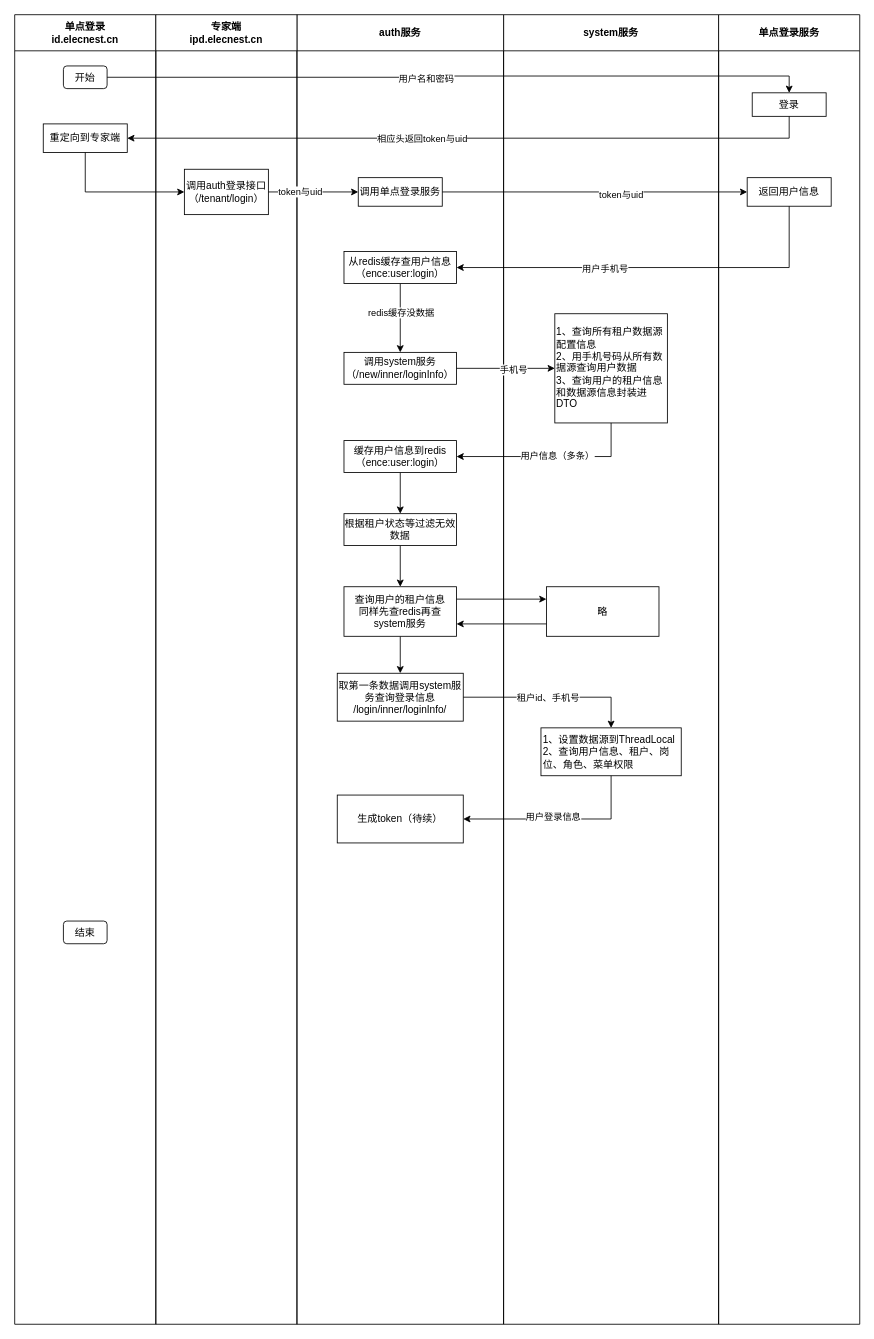
MuggleStar/draw_io keeps this draw.io diagram as ence/UserLogin.drawio. Above is the earlier version. Source tidied: cells renumbered, new cells numbered last; positions are measured from the earlier drawing's top-left corner, leaving out a move shared by most shapes. Both pictures are drawn from the tidied source at 84%, with x=0, y=0 at pixel (14, 14).
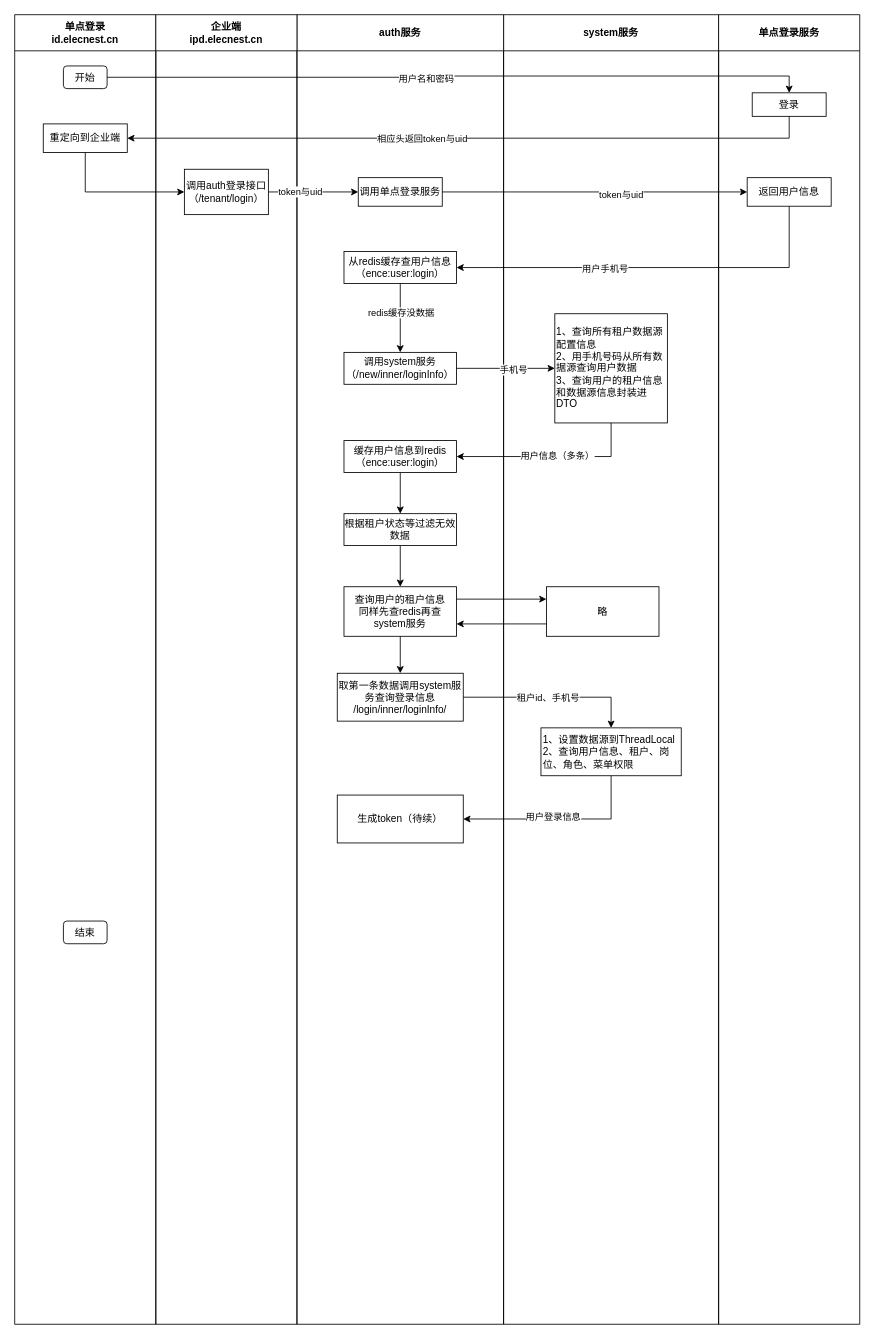
After the change.

The change refers to these unchanged cells:
```xml
<mxCell id="2" value="单点登录&lt;br&gt;id.elecnest.cn" style="swimlane;whiteSpace=wrap;html=1;startSize=43;" parent="1" vertex="1">
  <mxGeometry width="168" height="1559" as="geometry" />
</mxCell>
```

Change to the diagram source:
```diff
@@
-    <mxCell id="5" value="重定向到专家端" style="rounded=0;whiteSpace=wrap;html=1;" parent="2" vertex="1">
+    <mxCell id="5" value="重定向到企业端" style="rounded=0;whiteSpace=wrap;html=1;" parent="2" vertex="1">
       <mxGeometry x="34" y="130" width="100" height="34" as="geometry" />
     </mxCell>
@@
-    <mxCell id="24" value="专家端&lt;br&gt;ipd.elecnest.cn" style="swimlane;whiteSpace=wrap;html=1;startSize=43;" parent="1" vertex="1">
+    <mxCell id="24" value="企业端&lt;br&gt;ipd.elecnest.cn" style="swimlane;whiteSpace=wrap;html=1;startSize=43;" parent="1" vertex="1">
       <mxGeometry x="168" width="168" height="1559" as="geometry" />
     </mxCell>
```
